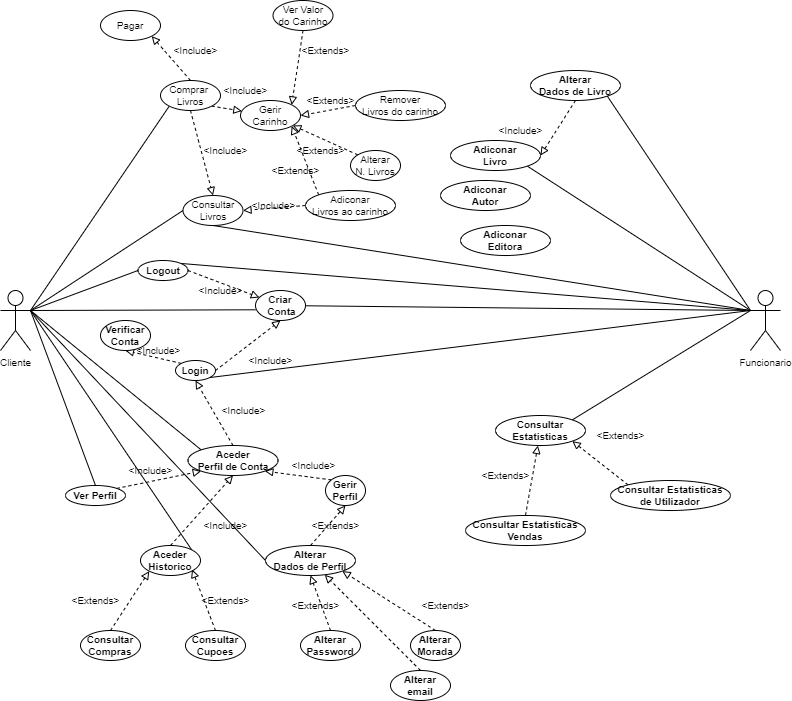
Before: Ficheiros_de_Apoio/Projecto_Livraria.png, a diagram exported from draw.io (ricardogouvjava/Projecto-Livraria-Requalificar). Source tidied: cells renumbered, new cells last; positions are measured from the earlier drawing's top-left corner, leaving out a move shared by most shapes.
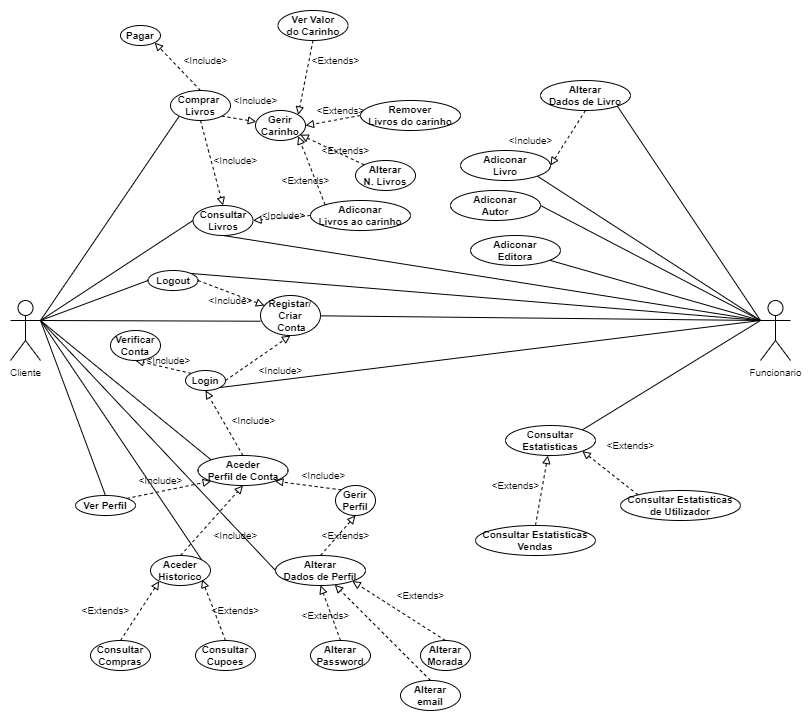
The same file after the commit.

The edit, as a diff of the source:
```diff
@@ -47,7 +47,7 @@
     <mxCell id="16" style="edgeStyle=none;rounded=0;jettySize=auto;html=1;exitX=0.5;exitY=0;exitDx=0;exitDy=0;entryX=1;entryY=1;entryDx=0;entryDy=0;dashed=1;fontSize=10;endArrow=block;endFill=0;" parent="1" edge="1" source="17" target="81">
       <mxGeometry relative="1" as="geometry" />
     </mxCell>
-    <mxCell id="17" value="Comprar&amp;nbsp;&lt;br style=&quot;font-size: 10px;&quot;&gt;Livros" style="ellipse;whiteSpace=wrap;html=1;fontSize=10;" parent="1" vertex="1">
+    <mxCell id="17" value="Comprar&amp;nbsp;&lt;br style=&quot;font-size: 10px;&quot;&gt;Livros" style="ellipse;whiteSpace=wrap;html=1;fontSize=10;fontStyle=1;" parent="1" vertex="1">
       <mxGeometry x="160" y="80" width="60" height="30" as="geometry" />
     </mxCell>
     <mxCell id="18" style="edgeStyle=none;rounded=0;jettySize=auto;html=1;exitX=0;exitY=0.3333333333333333;exitDx=0;exitDy=0;exitPerimeter=0;fontSize=10;endArrow=none;endFill=0;" parent="1" edge="1" source="25" target="74">
@@ -71,6 +71,12 @@
     <mxCell id="24" style="edgeStyle=none;rounded=0;jettySize=auto;html=1;exitX=0;exitY=0.3333333333333333;exitDx=0;exitDy=0;exitPerimeter=0;entryX=0.5;entryY=1;entryDx=0;entryDy=0;fontSize=10;endArrow=none;endFill=0;" parent="1" edge="1" source="25" target="75">
       <mxGeometry relative="1" as="geometry" />
     </mxCell>
+    <mxCell id="101" style="rounded=0;jettySize=auto;html=1;exitX=0;exitY=0.3333333333333333;exitDx=0;exitDy=0;exitPerimeter=0;entryX=1;entryY=0.5;entryDx=0;entryDy=0;endArrow=none;endFill=0;" parent="1" edge="1" source="25" target="99">
+      <mxGeometry relative="1" as="geometry" />
+    </mxCell>
+    <mxCell id="102" style="edgeStyle=none;rounded=0;jettySize=auto;html=1;exitX=0;exitY=0.3333333333333333;exitDx=0;exitDy=0;exitPerimeter=0;endArrow=none;endFill=0;" parent="1" edge="1" source="25" target="100">
+      <mxGeometry relative="1" as="geometry" />
+    </mxCell>
     <mxCell id="25" value="Funcionario" style="shape=umlActor;html=1;verticalLabelPosition=bottom;verticalAlign=top;align=center;fontSize=10;" parent="1" vertex="1">
       <mxGeometry x="750" y="290" width="30" height="60" as="geometry" />
     </mxCell>
@@ -183,10 +189,10 @@
       <mxGeometry x="285" y="595" width="60" height="20" as="geometry" />
     </mxCell>
     <mxCell id="62" value="&amp;lt;Extends&amp;gt;" style="text;html=1;align=center;verticalAlign=middle;strokeColor=none;fillColor=none;fontSize=10;" parent="1" vertex="1">
-      <mxGeometry x="415" y="595" width="60" height="20" as="geometry" />
+      <mxGeometry x="380" y="575" width="60" height="20" as="geometry" />
     </mxCell>
-    <mxCell id="63" value="Gerir&lt;br style=&quot;font-size: 10px;&quot;&gt;Carinho" style="ellipse;whiteSpace=wrap;html=1;fontSize=10;" parent="1" vertex="1">
-      <mxGeometry x="240" y="100" width="60" height="30" as="geometry" />
+    <mxCell id="63" value="Gerir&lt;br style=&quot;font-size: 10px;&quot;&gt;Carinho" style="ellipse;whiteSpace=wrap;html=1;fontSize=10;fontStyle=1;" parent="1" vertex="1">
+      <mxGeometry x="245" y="100" width="50" height="30" as="geometry" />
     </mxCell>
     <mxCell id="64" value="&amp;lt;Include&amp;gt;" style="text;html=1;align=center;verticalAlign=middle;strokeColor=none;fillColor=none;fontSize=10;" parent="1" vertex="1">
       <mxGeometry x="215" y="80" width="60" height="20" as="geometry" />
@@ -197,20 +203,20 @@
     <mxCell id="66" style="edgeStyle=none;rounded=0;jettySize=auto;html=1;exitX=0;exitY=0;exitDx=0;exitDy=0;entryX=1;entryY=1;entryDx=0;entryDy=0;fontSize=10;endArrow=block;endFill=0;dashed=1;" parent="1" edge="1" source="67" target="63">
       <mxGeometry relative="1" as="geometry" />
     </mxCell>
-    <mxCell id="67" value="Adiconar&lt;br style=&quot;font-size: 10px&quot;&gt;Livros ao carinho" style="ellipse;whiteSpace=wrap;html=1;fontSize=10;" parent="1" vertex="1">
-      <mxGeometry x="305" y="190" width="90" height="30" as="geometry" />
+    <mxCell id="67" value="Adiconar&lt;br style=&quot;font-size: 10px&quot;&gt;Livros ao carinho" style="ellipse;whiteSpace=wrap;html=1;fontSize=10;fontStyle=1;" parent="1" vertex="1">
+      <mxGeometry x="300" y="190" width="100" height="30" as="geometry" />
     </mxCell>
     <mxCell id="68" style="edgeStyle=none;rounded=0;jettySize=auto;html=1;exitX=0;exitY=0.5;exitDx=0;exitDy=0;entryX=1;entryY=0.5;entryDx=0;entryDy=0;dashed=1;fontSize=10;endArrow=block;endFill=0;" parent="1" edge="1" source="69" target="63">
       <mxGeometry relative="1" as="geometry" />
     </mxCell>
-    <mxCell id="69" value="Remover&lt;br style=&quot;font-size: 10px&quot;&gt;Livros do carinho" style="ellipse;whiteSpace=wrap;html=1;fontSize=10;" parent="1" vertex="1">
-      <mxGeometry x="355" y="90" width="90" height="30" as="geometry" />
+    <mxCell id="69" value="Remover&lt;br style=&quot;font-size: 10px&quot;&gt;Livros do carinho" style="ellipse;whiteSpace=wrap;html=1;fontSize=10;fontStyle=1;" parent="1" vertex="1">
+      <mxGeometry x="350" y="90" width="100" height="30" as="geometry" />
     </mxCell>
     <mxCell id="70" style="edgeStyle=none;rounded=0;jettySize=auto;html=1;exitX=0;exitY=0;exitDx=0;exitDy=0;dashed=1;fontSize=10;endArrow=block;endFill=0;" parent="1" edge="1" source="71" target="63">
       <mxGeometry relative="1" as="geometry" />
     </mxCell>
-    <mxCell id="71" value="Alterar&lt;br style=&quot;font-size: 10px;&quot;&gt;N. Livros" style="ellipse;whiteSpace=wrap;html=1;fontSize=10;" parent="1" vertex="1">
-      <mxGeometry x="350" y="150" width="50" height="30" as="geometry" />
+    <mxCell id="71" value="Alterar&lt;br style=&quot;font-size: 10px;&quot;&gt;N. Livros" style="ellipse;whiteSpace=wrap;html=1;fontSize=10;fontStyle=1;" parent="1" vertex="1">
+      <mxGeometry x="345" y="150" width="60" height="30" as="geometry" />
     </mxCell>
     <mxCell id="72" value="Logout" style="ellipse;whiteSpace=wrap;html=1;fontSize=10;fontStyle=1;" parent="1" vertex="1">
       <mxGeometry x="137.5" y="260" width="50" height="20" as="geometry" />
@@ -218,10 +224,10 @@
     <mxCell id="73" style="edgeStyle=none;rounded=0;jettySize=auto;html=1;exitX=1;exitY=0.5;exitDx=0;exitDy=0;endArrow=block;endFill=0;dashed=1;fontSize=10;" parent="1" edge="1" source="72" target="74">
       <mxGeometry relative="1" as="geometry" />
     </mxCell>
-    <mxCell id="74" value="Criar&lt;br style=&quot;font-size: 10px;&quot;&gt;&amp;nbsp;Conta" style="ellipse;whiteSpace=wrap;html=1;fontSize=10;fontStyle=1;" parent="1" vertex="1">
-      <mxGeometry x="255" y="290" width="50" height="30" as="geometry" />
+    <mxCell id="74" value="Registar/&lt;br&gt;Criar&lt;br style=&quot;font-size: 10px&quot;&gt;&amp;nbsp;Conta" style="ellipse;whiteSpace=wrap;html=1;fontSize=10;fontStyle=1;" parent="1" vertex="1">
+      <mxGeometry x="250" y="285" width="60" height="40" as="geometry" />
     </mxCell>
-    <mxCell id="75" value="Consultar&lt;br style=&quot;font-size: 10px;&quot;&gt;Livros" style="ellipse;whiteSpace=wrap;html=1;fontSize=10;" parent="1" vertex="1">
+    <mxCell id="75" value="Consultar&lt;br style=&quot;font-size: 10px;&quot;&gt;Livros" style="ellipse;whiteSpace=wrap;html=1;fontSize=10;fontStyle=1;" parent="1" vertex="1">
       <mxGeometry x="182.5" y="195" width="60" height="30" as="geometry" />
     </mxCell>
     <mxCell id="76" value="&amp;lt;Include&amp;gt;" style="text;html=1;align=center;verticalAlign=middle;strokeColor=none;fillColor=none;fontSize=10;" parent="1" vertex="1">
@@ -231,7 +237,7 @@
       <mxGeometry x="242.5" y="195" width="60" height="20" as="geometry" />
     </mxCell>
     <mxCell id="78" value="&amp;lt;Extends&amp;gt;" style="text;html=1;align=center;verticalAlign=middle;strokeColor=none;fillColor=none;fontSize=10;" parent="1" vertex="1">
-      <mxGeometry x="290" y="140" width="60" height="20" as="geometry" />
+      <mxGeometry x="305" y="130" width="60" height="20" as="geometry" />
     </mxCell>
     <mxCell id="79" value="&amp;lt;Extends&amp;gt;" style="text;html=1;align=center;verticalAlign=middle;strokeColor=none;fillColor=none;fontSize=10;" parent="1" vertex="1">
       <mxGeometry x="300" y="90" width="60" height="20" as="geometry" />
@@ -239,8 +245,8 @@
     <mxCell id="80" value="&amp;lt;Extends&amp;gt;" style="text;html=1;align=center;verticalAlign=middle;strokeColor=none;fillColor=none;fontSize=10;" parent="1" vertex="1">
       <mxGeometry x="265" y="160" width="60" height="20" as="geometry" />
     </mxCell>
-    <mxCell id="81" value="Pagar" style="ellipse;whiteSpace=wrap;html=1;fontSize=10;" parent="1" vertex="1">
-      <mxGeometry x="100" y="10" width="60" height="30" as="geometry" />
+    <mxCell id="81" value="Pagar" style="ellipse;whiteSpace=wrap;html=1;fontSize=10;fontStyle=1;" parent="1" vertex="1">
+      <mxGeometry x="110" y="15" width="40" height="20" as="geometry" />
     </mxCell>
     <mxCell id="82" value="&amp;lt;Include&amp;gt;" style="text;html=1;align=center;verticalAlign=middle;strokeColor=none;fillColor=none;fontSize=10;" parent="1" vertex="1">
       <mxGeometry x="165" y="40" width="60" height="20" as="geometry" />
@@ -284,8 +290,8 @@
     <mxCell id="95" style="edgeStyle=none;rounded=0;jettySize=auto;html=1;exitX=0.5;exitY=0;exitDx=0;exitDy=0;dashed=1;fontSize=10;endArrow=block;endFill=0;" parent="1" edge="1" source="94" target="49">
       <mxGeometry relative="1" as="geometry" />
     </mxCell>
-    <mxCell id="96" value="Ver Valor&lt;br&gt;do Carinho" style="ellipse;whiteSpace=wrap;html=1;fontSize=10;" parent="1" vertex="1">
-      <mxGeometry x="272.5" width="60" height="30" as="geometry" />
+    <mxCell id="96" value="Ver Valor&lt;br&gt;do Carinho" style="ellipse;whiteSpace=wrap;html=1;fontSize=10;fontStyle=1;" parent="1" vertex="1">
+      <mxGeometry x="267.5" width="70" height="30" as="geometry" />
     </mxCell>
     <mxCell id="97" style="edgeStyle=none;rounded=0;jettySize=auto;html=1;exitX=0.5;exitY=1;exitDx=0;exitDy=0;dashed=1;fontSize=10;endArrow=block;endFill=0;entryX=1;entryY=0;entryDx=0;entryDy=0;" parent="1" edge="1" source="96" target="63">
       <mxGeometry relative="1" as="geometry" />
```
